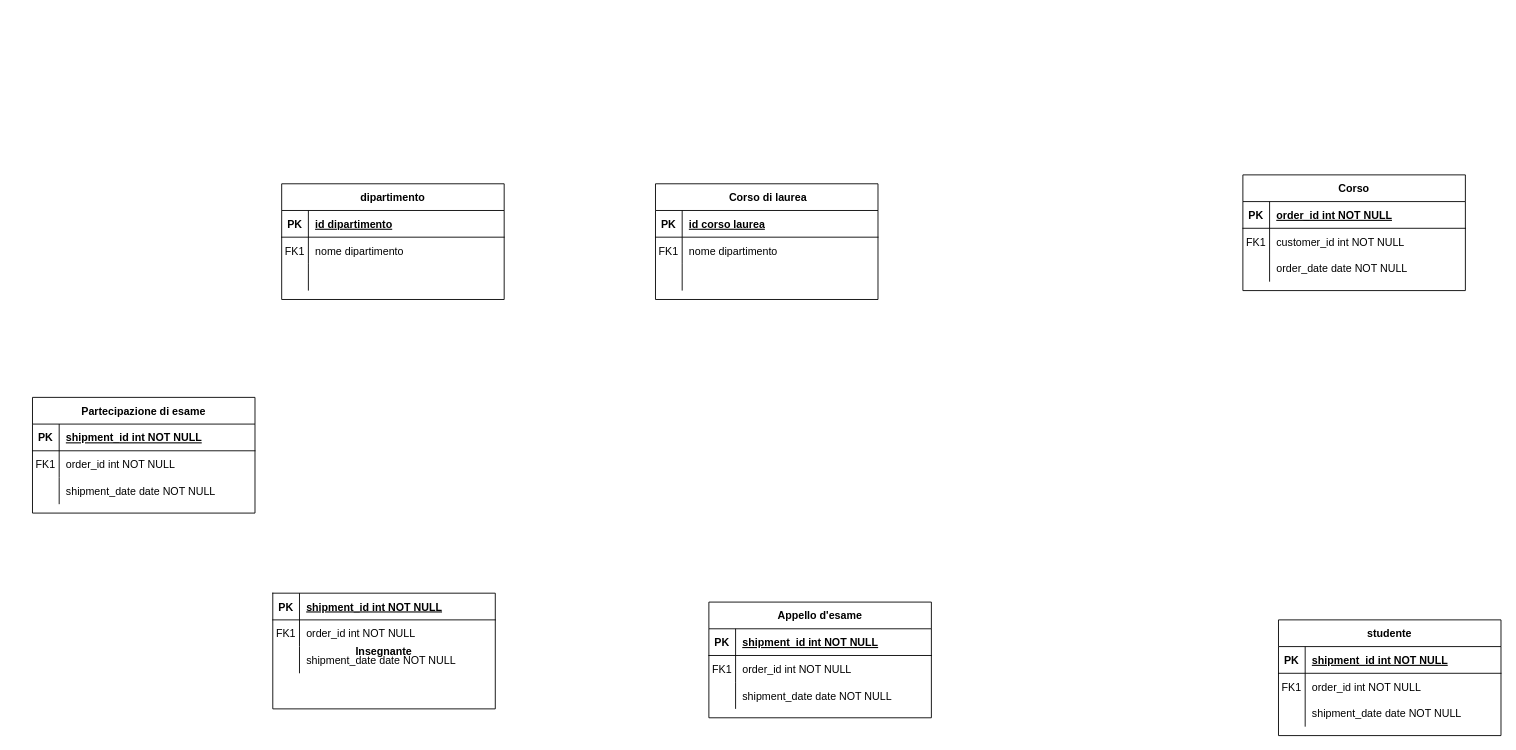
alessiopalmieri001/db-university keeps this draw.io diagram as Diagramma senza titolo.drawio. Above is the earlier version. Source tidied: cells renumbered, new cells numbered last; positions are measured from the earlier drawing's top-left corner, leaving out a move shared by most shapes. Both pictures are drawn from the tidied source at 89%, with x=0, y=0 at pixel (32, 174).
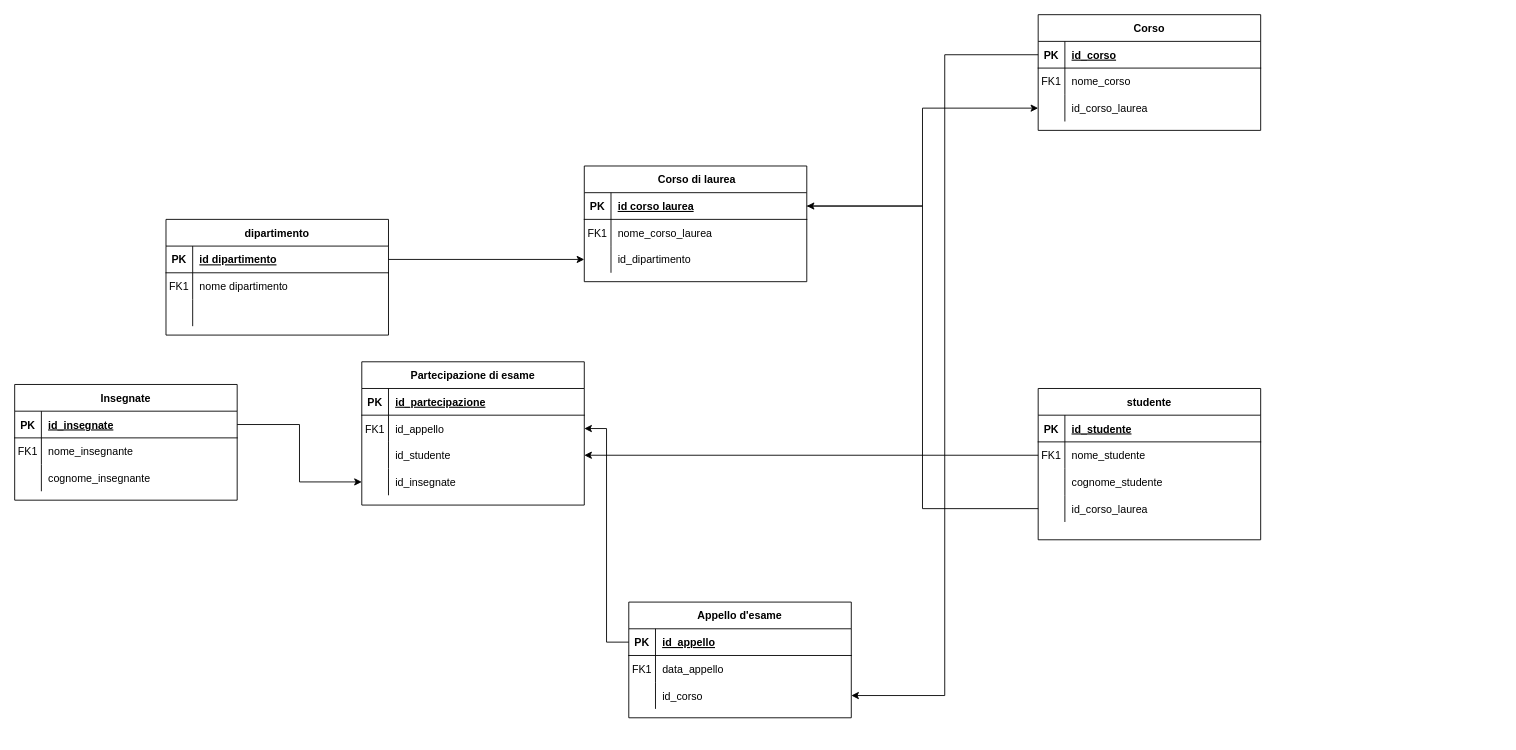
Above is the later version.

Unchanged cells that the change refers to:
```xml
<mxCell id="13" style="shape=partialRectangle;fillColor=none;points=[[0,0.5],[1,0.5]];portConstraint=eastwest;top=0;left=0;right=0;bottom=1;" parent="12" vertex="1">
  <mxGeometry y="30" width="250" height="30" as="geometry" />
</mxCell>
<mxCell id="16" style="shape=partialRectangle;fillColor=none;top=0;left=0;right=0;bottom=0;" parent="12" vertex="1">
  <mxGeometry y="60" width="250" height="30" as="geometry" />
</mxCell>
<mxCell id="19" style="shape=partialRectangle;fillColor=none;points=[[0,0.5],[1,0.5]];portConstraint=eastwest;top=0;left=0;right=0;bottom=0;" parent="12" vertex="1">
  <mxGeometry y="90" width="250" height="30" as="geometry" />
</mxCell>
<mxCell id="23" style="shape=partialRectangle;fillColor=none;points=[[0,0.5],[1,0.5]];portConstraint=eastwest;top=0;left=0;right=0;bottom=1;" parent="22" vertex="1">
  <mxGeometry y="30" width="250" height="30" as="geometry" />
</mxCell>
<mxCell id="26" style="shape=partialRectangle;fillColor=none;top=0;left=0;right=0;bottom=0;" parent="22" vertex="1">
  <mxGeometry y="60" width="250" height="30" as="geometry" />
</mxCell>
<mxCell id="29" style="shape=partialRectangle;fillColor=none;points=[[0,0.5],[1,0.5]];portConstraint=eastwest;top=0;left=0;right=0;bottom=0;" parent="22" vertex="1">
  <mxGeometry y="90" width="250" height="30" as="geometry" />
</mxCell>
<mxCell id="33" style="shape=partialRectangle;fillColor=none;top=0;left=0;right=0;bottom=1;" parent="32" vertex="1">
  <mxGeometry y="30" width="250" height="30" as="geometry" />
</mxCell>
<mxCell id="36" style="shape=partialRectangle;fillColor=none;points=[[0,0.5],[1,0.5]];portConstraint=eastwest;top=0;left=0;right=0;bottom=0;" parent="32" vertex="1">
  <mxGeometry y="60" width="250" height="30" as="geometry" />
</mxCell>
<mxCell id="39" style="shape=partialRectangle;fillColor=none;top=0;left=0;right=0;bottom=0;" parent="32" vertex="1">
  <mxGeometry y="90" width="250" height="30" as="geometry" />
</mxCell>
<mxCell id="43" style="shape=partialRectangle;fillColor=none;top=0;left=0;right=0;bottom=1;" parent="42" vertex="1">
  <mxGeometry y="30" width="250" height="30" as="geometry" />
</mxCell>
<mxCell id="46" style="shape=partialRectangle;fillColor=none;points=[[0,0.5],[1,0.5]];portConstraint=eastwest;top=0;left=0;right=0;bottom=0;" parent="42" vertex="1">
  <mxGeometry y="60" width="250" height="30" as="geometry" />
</mxCell>
<mxCell id="49" style="shape=partialRectangle;fillColor=none;points=[[0,0.5],[1,0.5]];portConstraint=eastwest;top=0;left=0;right=0;bottom=0;" parent="42" vertex="1">
  <mxGeometry y="90" width="250" height="30" as="geometry" />
</mxCell>
<mxCell id="53" style="shape=partialRectangle;fillColor=none;points=[[0,0.5],[1,0.5]];portConstraint=eastwest;top=0;left=0;right=0;bottom=1;" parent="52" vertex="1">
  <mxGeometry y="30" width="250" height="30" as="geometry" />
</mxCell>
<mxCell id="63" style="shape=partialRectangle;fillColor=none;points=[[0,0.5],[1,0.5]];portConstraint=eastwest;top=0;left=0;right=0;bottom=1;" parent="62" vertex="1">
  <mxGeometry y="30" width="250" height="30" as="geometry" />
</mxCell>
<mxCell id="66" style="shape=partialRectangle;fillColor=none;top=0;left=0;right=0;bottom=0;" parent="62" vertex="1">
  <mxGeometry y="60" width="250" height="30" as="geometry" />
</mxCell>
<mxCell id="69" style="shape=partialRectangle;fillColor=none;points=[[0,0.5],[1,0.5]];portConstraint=eastwest;top=0;left=0;right=0;bottom=0;" parent="62" vertex="1">
  <mxGeometry y="90" width="250" height="30" as="geometry" />
</mxCell>
```

What changed in the source:
```diff
@@
-    <mxCell id="2" value="Insegnante" style="shape=table;startSize=0;childLayout=tableLayout;rowLines=0;fontStyle=1;align=center;" parent="1" vertex="1">
-      <mxGeometry x="270" y="470" width="250" height="130" as="geometry" />
-    </mxCell>
-    <mxCell id="3" style="shape=partialRectangle;fillColor=none;top=0;left=0;right=0;bottom=1;" parent="2" vertex="1">
-      <mxGeometry width="250" height="30" as="geometry" />
-    </mxCell>
-    <mxCell id="4" value="PK" style="shape=partialRectangle;overflow=hidden;fillColor=none;top=0;left=0;bottom=0;right=0;fontStyle=1;" parent="3" vertex="1">
-      <mxGeometry width="30" height="30" as="geometry" />
-    </mxCell>
-    <mxCell id="5" value="shipment_id int NOT NULL " style="shape=partialRectangle;overflow=hidden;fillColor=none;top=0;left=0;bottom=0;right=0;align=left;spacingLeft=6;fontStyle=5;" parent="3" vertex="1">
-      <mxGeometry x="30" width="220" height="30" as="geometry" />
-    </mxCell>
-    <mxCell id="6" style="shape=partialRectangle;fillColor=none;top=0;left=0;right=0;bottom=0;" parent="2" vertex="1">
-      <mxGeometry y="30" width="250" height="30" as="geometry" />
-    </mxCell>
-    <mxCell id="7" value="FK1" style="shape=partialRectangle;overflow=hidden;fillColor=none;top=0;left=0;bottom=0;right=0;" parent="6" vertex="1">
-      <mxGeometry width="30" height="30" as="geometry" />
-    </mxCell>
-    <mxCell id="8" value="order_id int NOT NULL" style="shape=partialRectangle;overflow=hidden;fillColor=none;top=0;left=0;bottom=0;right=0;align=left;spacingLeft=6;" parent="6" vertex="1">
-      <mxGeometry x="30" width="220" height="30" as="geometry" />
-    </mxCell>
-    <mxCell id="9" style="shape=partialRectangle;fillColor=none;top=0;left=0;right=0;bottom=0;" parent="2" vertex="1">
-      <mxGeometry y="60" width="250" height="30" as="geometry" />
-    </mxCell>
-    <mxCell id="10" style="shape=partialRectangle;overflow=hidden;fillColor=none;top=0;left=0;bottom=0;right=0;" parent="9" vertex="1">
-      <mxGeometry width="30" height="30" as="geometry" />
-    </mxCell>
-    <mxCell id="11" value="shipment_date date NOT NULL" style="shape=partialRectangle;overflow=hidden;fillColor=none;top=0;left=0;bottom=0;right=0;align=left;spacingLeft=6;" parent="9" vertex="1">
-      <mxGeometry x="30" width="220" height="30" as="geometry" />
-    </mxCell>
+    <mxCell id="72" style="edgeStyle=orthogonalEdgeStyle;rounded=0;jettySize=auto;html=1;color:red;" parent="1" edge="1" source="13" target="29">
+      <mxGeometry relative="1" as="geometry" />
+    </mxCell>
     <mxCell id="12" value="Corso" style="shape=table;startSize=30;childLayout=tableLayout;rowLines=0;fontStyle=1;align=center;" parent="1" vertex="1">
-      <mxGeometry x="1360" width="250" height="130" as="geometry" />
+      <mxGeometry x="1130" y="-180" width="250" height="130" as="geometry" />
     </mxCell>
@@
-    <mxCell id="15" value="order_id int NOT NULL " style="shape=partialRectangle;overflow=hidden;fillColor=none;top=0;left=0;bottom=0;right=0;align=left;spacingLeft=6;fontStyle=5;" parent="13" vertex="1">
+    <mxCell id="15" value="id_corso" style="shape=partialRectangle;overflow=hidden;fillColor=none;top=0;left=0;bottom=0;right=0;align=left;spacingLeft=6;fontStyle=5;" parent="13" vertex="1">
       <mxGeometry x="30" width="220" height="30" as="geometry" />
     </mxCell>
@@
-    <mxCell id="18" value="customer_id int NOT NULL" style="shape=partialRectangle;overflow=hidden;fillColor=none;top=0;left=0;bottom=0;right=0;align=left;spacingLeft=6;" parent="16" vertex="1">
+    <mxCell id="18" value="nome_corso" style="shape=partialRectangle;overflow=hidden;fillColor=none;top=0;left=0;bottom=0;right=0;align=left;spacingLeft=6;" parent="16" vertex="1">
       <mxGeometry x="30" width="220" height="30" as="geometry" />
     </mxCell>
@@
-    <mxCell id="21" value="order_date date NOT NULL" style="shape=partialRectangle;overflow=hidden;fillColor=none;top=0;left=0;bottom=0;right=0;align=left;spacingLeft=6;" parent="19" vertex="1">
+    <mxCell id="21" value="id_corso_laurea" style="shape=partialRectangle;overflow=hidden;fillColor=none;top=0;left=0;bottom=0;right=0;align=left;spacingLeft=6;" parent="19" vertex="1">
       <mxGeometry x="30" width="220" height="30" as="geometry" />
     </mxCell>
     <mxCell id="22" value="Appello d'esame" style="shape=table;startSize=30;childLayout=tableLayout;rowLines=0;fontStyle=1;align=center;" parent="1" vertex="1">
-      <mxGeometry x="760" y="480" width="250" height="130" as="geometry" />
+      <mxGeometry x="670" y="480" width="250" height="130" as="geometry" />
     </mxCell>
@@
-    <mxCell id="25" value="shipment_id int NOT NULL " style="shape=partialRectangle;overflow=hidden;fillColor=none;top=0;left=0;bottom=0;right=0;align=left;spacingLeft=6;fontStyle=5;" parent="23" vertex="1">
+    <mxCell id="25" value="id_appello" style="shape=partialRectangle;overflow=hidden;fillColor=none;top=0;left=0;bottom=0;right=0;align=left;spacingLeft=6;fontStyle=5;" parent="23" vertex="1">
       <mxGeometry x="30" width="220" height="30" as="geometry" />
     </mxCell>
@@
-    <mxCell id="28" value="order_id int NOT NULL" style="shape=partialRectangle;overflow=hidden;fillColor=none;top=0;left=0;bottom=0;right=0;align=left;spacingLeft=6;" parent="26" vertex="1">
+    <mxCell id="28" value="data_appello" style="shape=partialRectangle;overflow=hidden;fillColor=none;top=0;left=0;bottom=0;right=0;align=left;spacingLeft=6;" parent="26" vertex="1">
       <mxGeometry x="30" width="220" height="30" as="geometry" />
     </mxCell>
@@
-    <mxCell id="31" value="shipment_date date NOT NULL" style="shape=partialRectangle;overflow=hidden;fillColor=none;top=0;left=0;bottom=0;right=0;align=left;spacingLeft=6;" parent="29" vertex="1">
+    <mxCell id="31" value="id_corso" style="shape=partialRectangle;overflow=hidden;fillColor=none;top=0;left=0;bottom=0;right=0;align=left;spacingLeft=6;" parent="29" vertex="1">
       <mxGeometry x="30" width="220" height="30" as="geometry" />
     </mxCell>
     <mxCell id="32" value="studente" style="shape=table;startSize=30;childLayout=tableLayout;rowLines=0;fontStyle=1;align=center;" parent="1" vertex="1">
-      <mxGeometry x="1400" y="500" width="250" height="130" as="geometry" />
+      <mxGeometry x="1130" y="240" width="250" height="170" as="geometry" />
     </mxCell>
@@
-    <mxCell id="35" value="shipment_id int NOT NULL " style="shape=partialRectangle;overflow=hidden;fillColor=none;top=0;left=0;bottom=0;right=0;align=left;spacingLeft=6;fontStyle=5;" parent="33" vertex="1">
+    <mxCell id="35" value="id_studente" style="shape=partialRectangle;overflow=hidden;fillColor=none;top=0;left=0;bottom=0;right=0;align=left;spacingLeft=6;fontStyle=5;" parent="33" vertex="1">
       <mxGeometry x="30" width="220" height="30" as="geometry" />
     </mxCell>
@@
-    <mxCell id="38" value="order_id int NOT NULL" style="shape=partialRectangle;overflow=hidden;fillColor=none;top=0;left=0;bottom=0;right=0;align=left;spacingLeft=6;" parent="36" vertex="1">
+    <mxCell id="38" value="nome_studente" style="shape=partialRectangle;overflow=hidden;fillColor=none;top=0;left=0;bottom=0;right=0;align=left;spacingLeft=6;" parent="36" vertex="1">
       <mxGeometry x="30" width="220" height="30" as="geometry" />
     </mxCell>
@@
-    <mxCell id="41" value="shipment_date date NOT NULL" style="shape=partialRectangle;overflow=hidden;fillColor=none;top=0;left=0;bottom=0;right=0;align=left;spacingLeft=6;" parent="39" vertex="1">
+    <mxCell id="41" value="cognome_studente" style="shape=partialRectangle;overflow=hidden;fillColor=none;top=0;left=0;bottom=0;right=0;align=left;spacingLeft=6;" parent="39" vertex="1">
       <mxGeometry x="30" width="220" height="30" as="geometry" />
     </mxCell>
+    <mxCell id="73" style="shape=partialRectangle;fillColor=none;points=[[0,0.5],[1,0.5]];portConstraint=eastwest;top=0;left=0;right=0;bottom=0;" parent="32" vertex="1">
+      <mxGeometry y="120" width="250" height="30" as="geometry" />
+    </mxCell>
+    <mxCell id="74" style="shape=partialRectangle;overflow=hidden;fillColor=none;top=0;left=0;bottom=0;right=0;" parent="73" vertex="1">
+      <mxGeometry width="30" height="30" as="geometry" />
+    </mxCell>
+    <mxCell id="75" value="id_corso_laurea" style="shape=partialRectangle;overflow=hidden;fillColor=none;top=0;left=0;bottom=0;right=0;align=left;spacingLeft=6;" parent="73" vertex="1">
+      <mxGeometry x="30" width="220" height="30" as="geometry" />
+    </mxCell>
     <mxCell id="42" value="Partecipazione di esame" style="shape=table;startSize=30;childLayout=tableLayout;rowLines=0;fontStyle=1;align=center;" parent="1" vertex="1">
-      <mxGeometry y="250" width="250" height="130" as="geometry" />
+      <mxGeometry x="370" y="210" width="250" height="161" as="geometry" />
     </mxCell>
@@
-    <mxCell id="45" value="shipment_id int NOT NULL " style="shape=partialRectangle;overflow=hidden;fillColor=none;top=0;left=0;bottom=0;right=0;align=left;spacingLeft=6;fontStyle=5;" parent="43" vertex="1">
+    <mxCell id="45" value="id_partecipazione" style="shape=partialRectangle;overflow=hidden;fillColor=none;top=0;left=0;bottom=0;right=0;align=left;spacingLeft=6;fontStyle=5;" parent="43" vertex="1">
       <mxGeometry x="30" width="220" height="30" as="geometry" />
     </mxCell>
@@
-    <mxCell id="48" value="order_id int NOT NULL" style="shape=partialRectangle;overflow=hidden;fillColor=none;top=0;left=0;bottom=0;right=0;align=left;spacingLeft=6;" parent="46" vertex="1">
+    <mxCell id="48" value="id_appello" style="shape=partialRectangle;overflow=hidden;fillColor=none;top=0;left=0;bottom=0;right=0;align=left;spacingLeft=6;" parent="46" vertex="1">
       <mxGeometry x="30" width="220" height="30" as="geometry" />
     </mxCell>
@@
-    <mxCell id="51" value="shipment_date date NOT NULL" style="shape=partialRectangle;overflow=hidden;fillColor=none;top=0;left=0;bottom=0;right=0;align=left;spacingLeft=6;" parent="49" vertex="1">
+    <mxCell id="51" value="id_studente" style="shape=partialRectangle;overflow=hidden;fillColor=none;top=0;left=0;bottom=0;right=0;align=left;spacingLeft=6;" parent="49" vertex="1">
       <mxGeometry x="30" width="220" height="30" as="geometry" />
     </mxCell>
+    <mxCell id="76" style="shape=partialRectangle;fillColor=none;points=[[0,0.5],[1,0.5]];portConstraint=eastwest;top=0;left=0;right=0;bottom=0;" parent="42" vertex="1">
+      <mxGeometry y="120" width="250" height="30" as="geometry" />
+    </mxCell>
+    <mxCell id="77" style="shape=partialRectangle;overflow=hidden;fillColor=none;top=0;left=0;bottom=0;right=0;" parent="76" vertex="1">
+      <mxGeometry width="30" height="30" as="geometry" />
+    </mxCell>
+    <mxCell id="78" value="id_insegnate" style="shape=partialRectangle;overflow=hidden;fillColor=none;top=0;left=0;bottom=0;right=0;align=left;spacingLeft=6;" parent="76" vertex="1">
+      <mxGeometry x="30" width="220" height="30" as="geometry" />
+    </mxCell>
     <mxCell id="52" value="dipartimento" style="shape=table;startSize=30;childLayout=tableLayout;rowLines=0;fontStyle=1;align=center;" parent="1" vertex="1">
-      <mxGeometry x="280" y="10" width="250" height="130" as="geometry" />
+      <mxGeometry x="150" y="50" width="250" height="130" as="geometry" />
     </mxCell>
@@
     <mxCell id="62" value=" Corso di laurea" style="shape=table;startSize=30;childLayout=tableLayout;rowLines=0;fontStyle=1;align=center;" parent="1" vertex="1">
-      <mxGeometry x="700" y="10" width="250" height="130" as="geometry" />
+      <mxGeometry x="620" y="-10" width="250" height="130" as="geometry" />
     </mxCell>
@@
-    <mxCell id="68" value="nome dipartimento" style="shape=partialRectangle;overflow=hidden;fillColor=none;top=0;left=0;bottom=0;right=0;align=left;spacingLeft=6;" parent="66" vertex="1">
+    <mxCell id="68" value="nome_corso_laurea" style="shape=partialRectangle;overflow=hidden;fillColor=none;top=0;left=0;bottom=0;right=0;align=left;spacingLeft=6;" parent="66" vertex="1">
       <mxGeometry x="30" width="220" height="30" as="geometry" />
     </mxCell>
@@
-    <mxCell id="71" style="shape=partialRectangle;overflow=hidden;fillColor=none;top=0;left=0;bottom=0;right=0;align=left;spacingLeft=6;" parent="69" vertex="1">
+    <mxCell id="71" value="id_dipartimento" style="shape=partialRectangle;overflow=hidden;fillColor=none;top=0;left=0;bottom=0;right=0;align=left;spacingLeft=6;" parent="69" vertex="1">
       <mxGeometry x="30" width="220" height="30" as="geometry" />
     </mxCell>
+    <mxCell id="79" value="Insegnate" style="shape=table;startSize=30;childLayout=tableLayout;rowLines=0;fontStyle=1;align=center;" parent="1" vertex="1">
+      <mxGeometry x="-20" y="235.5" width="250" height="130" as="geometry" />
+    </mxCell>
+    <mxCell id="80" style="shape=partialRectangle;fillColor=none;points=[[0,0.5],[1,0.5]];portConstraint=eastwest;top=0;left=0;right=0;bottom=1;" parent="79" vertex="1">
+      <mxGeometry y="30" width="250" height="30" as="geometry" />
+    </mxCell>
+    <mxCell id="4" value="PK" style="shape=partialRectangle;overflow=hidden;fillColor=none;top=0;left=0;bottom=0;right=0;fontStyle=1;" parent="80" vertex="1">
+      <mxGeometry width="30" height="30" as="geometry" />
+    </mxCell>
+    <mxCell id="81" value="id_insegnate" style="shape=partialRectangle;overflow=hidden;fillColor=none;top=0;left=0;bottom=0;right=0;align=left;spacingLeft=6;fontStyle=5;" parent="80" vertex="1">
+      <mxGeometry x="30" width="220" height="30" as="geometry" />
+    </mxCell>
+    <mxCell id="9" style="shape=partialRectangle;fillColor=none;top=0;left=0;right=0;bottom=0;" parent="79" vertex="1">
+      <mxGeometry y="60" width="250" height="30" as="geometry" />
+    </mxCell>
+    <mxCell id="7" value="FK1" style="shape=partialRectangle;overflow=hidden;fillColor=none;top=0;left=0;bottom=0;right=0;" parent="9" vertex="1">
+      <mxGeometry width="30" height="30" as="geometry" />
+    </mxCell>
+    <mxCell id="82" value="nome_insegnante" style="shape=partialRectangle;overflow=hidden;fillColor=none;top=0;left=0;bottom=0;right=0;align=left;spacingLeft=6;" parent="9" vertex="1">
+      <mxGeometry x="30" width="220" height="30" as="geometry" />
+    </mxCell>
+    <mxCell id="83" style="shape=partialRectangle;fillColor=none;top=0;left=0;right=0;bottom=0;" parent="79" vertex="1">
+      <mxGeometry y="90" width="250" height="30" as="geometry" />
+    </mxCell>
+    <mxCell id="84" style="shape=partialRectangle;overflow=hidden;fillColor=none;top=0;left=0;bottom=0;right=0;" parent="83" vertex="1">
+      <mxGeometry width="30" height="30" as="geometry" />
+    </mxCell>
+    <mxCell id="85" value="cognome_insegnante" style="shape=partialRectangle;overflow=hidden;fillColor=none;top=0;left=0;bottom=0;right=0;align=left;spacingLeft=6;" parent="83" vertex="1">
+      <mxGeometry x="30" width="220" height="30" as="geometry" />
+    </mxCell>
+    <mxCell id="86" style="edgeStyle=orthogonalEdgeStyle;rounded=0;jettySize=auto;html=1;" parent="1" edge="1" source="53" target="69">
+      <mxGeometry relative="1" as="geometry" />
+    </mxCell>
+    <mxCell id="87" style="edgeStyle=orthogonalEdgeStyle;rounded=0;jettySize=auto;html=1;" parent="1" edge="1" source="36" target="49">
+      <mxGeometry relative="1" as="geometry" />
+    </mxCell>
+    <mxCell id="88" style="edgeStyle=orthogonalEdgeStyle;rounded=0;jettySize=auto;html=1;" parent="1" edge="1" source="23" target="46">
+      <mxGeometry relative="1" as="geometry" />
+    </mxCell>
+    <mxCell id="89" style="edgeStyle=orthogonalEdgeStyle;rounded=0;jettySize=auto;html=1;" parent="1" edge="1" source="80" target="76">
+      <mxGeometry relative="1" as="geometry" />
+    </mxCell>
+    <mxCell id="90" style="edgeStyle=orthogonalEdgeStyle;rounded=0;jettySize=auto;html=1;" parent="1" edge="1" source="63" target="19">
+      <mxGeometry relative="1" as="geometry" />
+    </mxCell>
+    <mxCell id="91" style="edgeStyle=orthogonalEdgeStyle;rounded=0;jettySize=auto;html=1;" parent="1" edge="1" source="73" target="63">
+      <mxGeometry relative="1" as="geometry" />
+    </mxCell>
```
